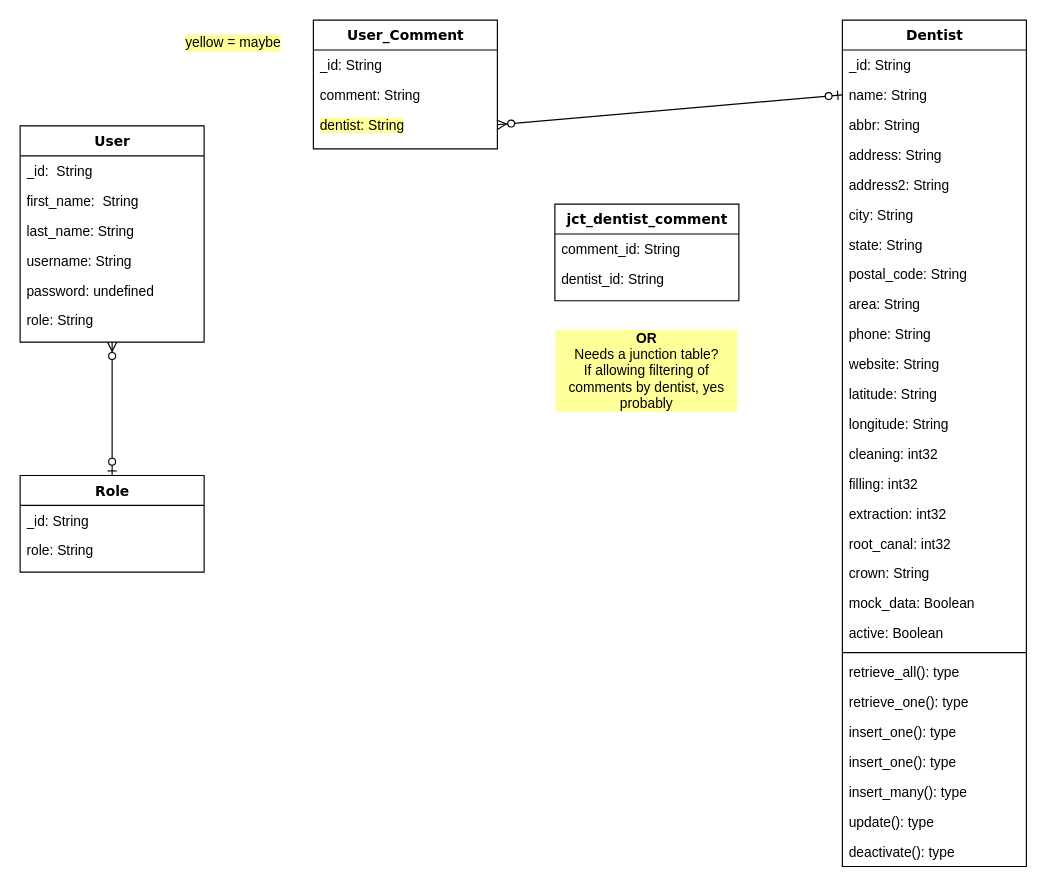
Above: support/ER-Diagram.drawio in swendt57/dental_costs_refactor (draw.io), before the change. Source tidied: cells renumbered, new cells numbered last; positions are measured from the earlier drawing's top-left corner, leaving out a move shared by most shapes. Both pictures are drawn from the tidied source at 115%, with x=0, y=0 at pixel (20, 20).
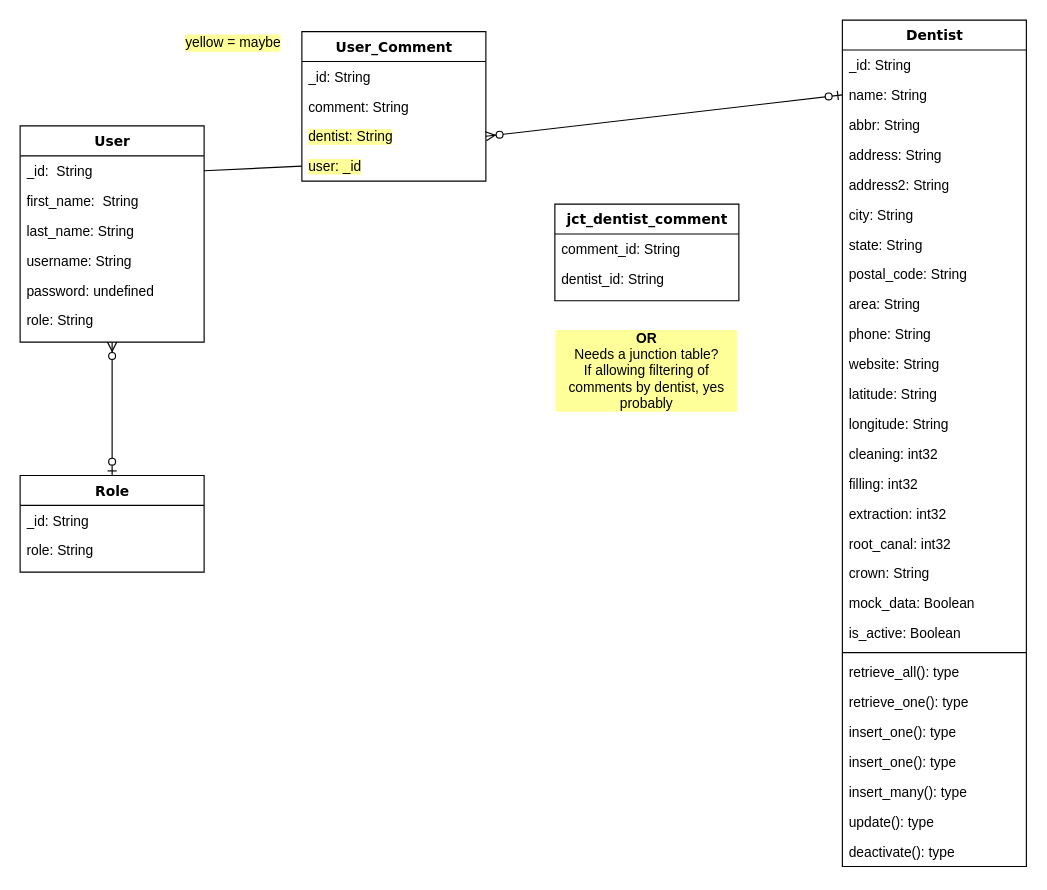
Above is the later version.

Unchanged cells that the change refers to:
```xml
<mxCell id="6" value="_id:&amp;nbsp; String" style="text;html=1;strokeColor=none;fillColor=none;align=left;verticalAlign=top;spacingLeft=4;spacingRight=4;whiteSpace=wrap;overflow=hidden;points=[[0,0.5],[1,0.5]];portConstraint=eastwest;" parent="5" vertex="1">
  <mxGeometry y="26" width="160" height="26" as="geometry" />
</mxCell>
<mxCell id="12" value="Dentist" style="swimlane;html=1;fontStyle=1;align=center;verticalAlign=top;horizontal=1;startSize=26;swimlaneFillColor=#ffffff;rounded=0;shadow=0;comic=0;labelBackgroundColor=none;strokeWidth=1;fillColor=none;fontFamily=Verdana;fontSize=12;" parent="1" vertex="1">
  <mxGeometry x="715" width="160" height="736" as="geometry" />
</mxCell>
```

Change to the diagram source:
```diff
@@
-    <mxCell id="32" value="active: Boolean" style="text;html=1;strokeColor=none;fillColor=none;align=left;verticalAlign=top;spacingLeft=4;spacingRight=4;whiteSpace=wrap;overflow=hidden;" parent="12" vertex="1">
+    <mxCell id="32" value="is_active: Boolean" style="text;html=1;strokeColor=none;fillColor=none;align=left;verticalAlign=top;spacingLeft=4;spacingRight=4;whiteSpace=wrap;overflow=hidden;" parent="12" vertex="1">
       <mxGeometry y="520" width="160" height="26" as="geometry" />
     </mxCell>
@@
     <mxCell id="41" value="User_Comment" style="swimlane;html=1;fontStyle=1;align=center;verticalAlign=top;horizontal=1;startSize=26;swimlaneFillColor=#ffffff;rounded=0;shadow=0;comic=0;labelBackgroundColor=none;strokeWidth=1;fillColor=none;fontFamily=Verdana;fontSize=12;" parent="1" vertex="1">
-      <mxGeometry x="255" width="160" height="112" as="geometry" />
+      <mxGeometry x="245" y="10" width="160" height="130" as="geometry" />
     </mxCell>
@@
+    <mxCell id="52" value="&lt;span style=&quot;background-color: rgb(255 , 255 , 153)&quot;&gt;user: _id&lt;/span&gt;" style="text;html=1;strokeColor=none;fillColor=none;align=left;verticalAlign=top;spacingLeft=4;spacingRight=4;whiteSpace=wrap;overflow=hidden;points=[[0,0.5],[1,0.5]];portConstraint=eastwest;" parent="41" vertex="1">
+      <mxGeometry y="104" width="160" height="26" as="geometry" />
+    </mxCell>
@@
+    <mxCell id="53" style="endArrow=none;html=1;exitX=1;exitY=0.5;exitDx=0;exitDy=0;entryX=0;entryY=0.5;entryDx=0;entryDy=0;" parent="1" edge="1" source="6" target="52">
+      <mxGeometry relative="1" as="geometry" />
+    </mxCell>
```
